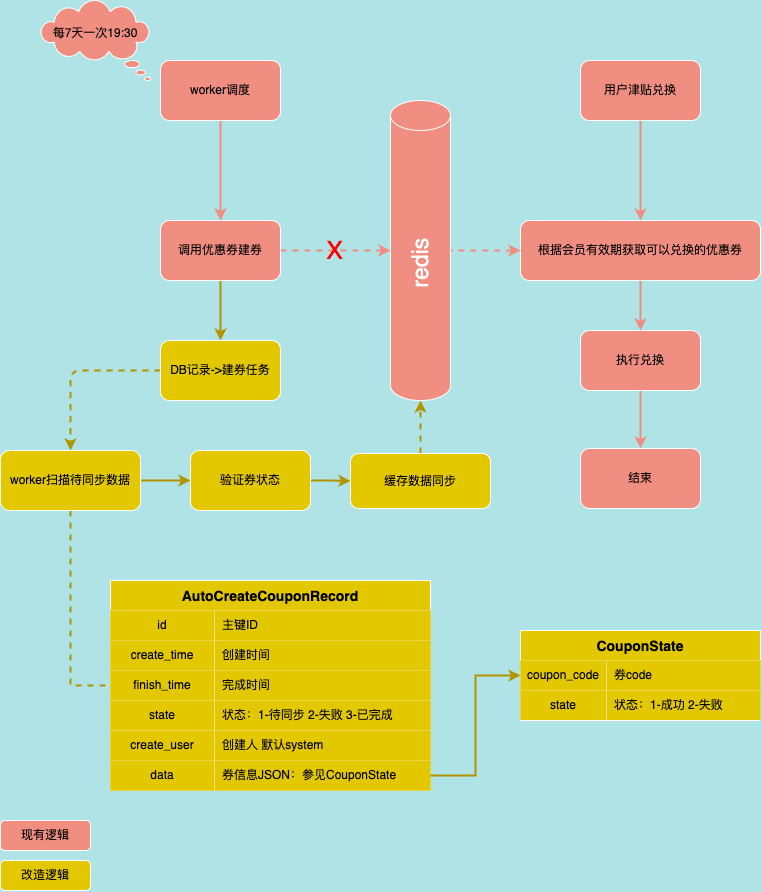
Earlier version of the draw.io export 自动建券.png (845642761/diagram). Source tidied: cells renumbered, new cells last; positions are measured from the earlier drawing's top-left corner, leaving out a move shared by most shapes.
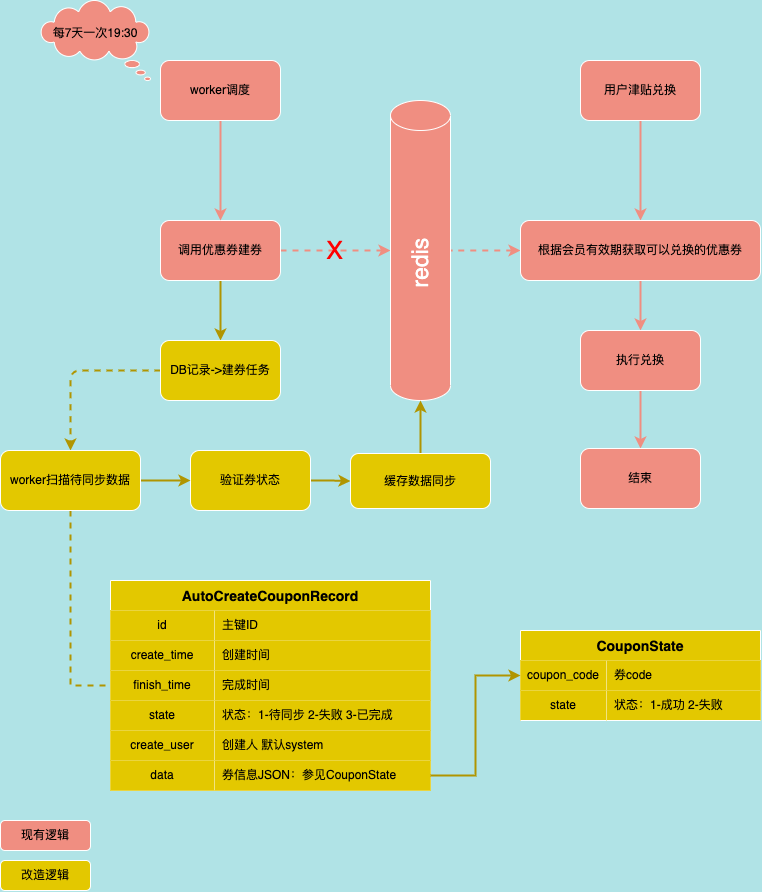
Above is the later version.

Commit message:
更新自动建券.png

Change to the diagram source:
```diff
@@ -53,7 +53,7 @@
     <mxCell id="18" value="验证券状态" style="whiteSpace=wrap;html=1;fillColor=#e3c800;strokeColor=#FFFFFF;rounded=1;sketch=0;fontColor=#000000;" parent="1" vertex="1">
       <mxGeometry x="190" y="450" width="120" height="60" as="geometry" />
     </mxCell>
-    <mxCell id="19" style="edgeStyle=orthogonalEdgeStyle;curved=0;rounded=1;sketch=0;jettySize=auto;html=1;entryX=0.5;entryY=1;entryDx=0;entryDy=0;entryPerimeter=0;fontSize=12;fontColor=default;startArrow=none;startFill=0;strokeColor=#B09500;strokeWidth=2;dashed=1;fillColor=#e3c800;" parent="1" edge="1" source="20" target="14">
+    <mxCell id="19" style="edgeStyle=orthogonalEdgeStyle;curved=0;rounded=1;sketch=0;jettySize=auto;html=1;entryX=0.5;entryY=1;entryDx=0;entryDy=0;entryPerimeter=0;fontSize=12;fontColor=default;startArrow=none;startFill=0;strokeColor=#B09500;strokeWidth=2;fillColor=#e3c800;" parent="1" edge="1" source="20" target="14">
       <mxGeometry relative="1" as="geometry" />
     </mxCell>
     <mxCell id="20" value="缓存数据同步" style="whiteSpace=wrap;html=1;fillColor=#e3c800;strokeColor=#FFFFFF;rounded=1;sketch=0;fontColor=#000000;" parent="1" vertex="1">
```
